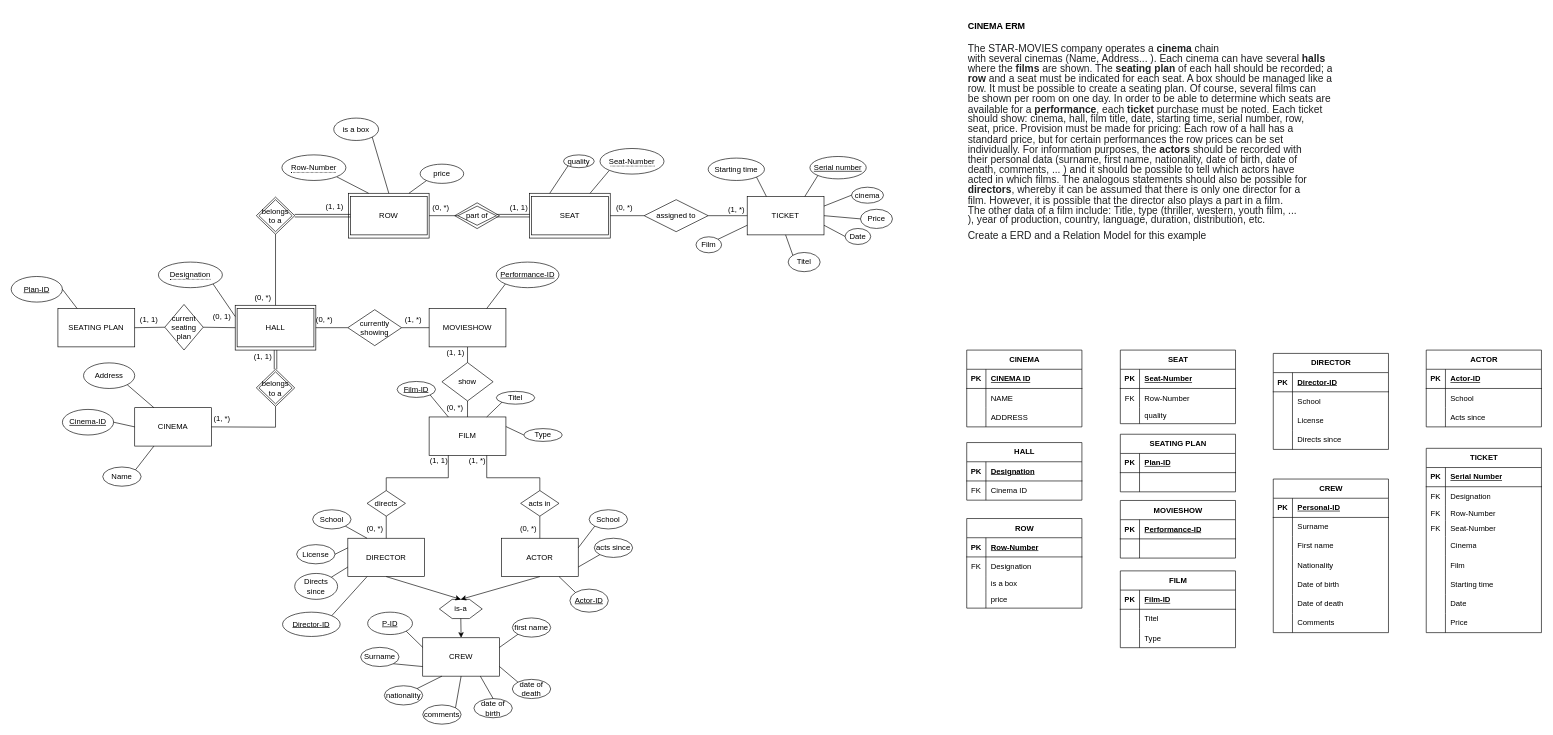
This is CINEMA.drawio from mars-veracruz/First-Repo, a draw.io file, before an edit. Source tidied: cells renumbered, new cells numbered last; positions are measured from the earlier drawing's top-left corner, leaving out a move shared by most shapes. Both pictures are drawn from the tidied source at 64%, with x=0, y=0 at pixel (11, 11).
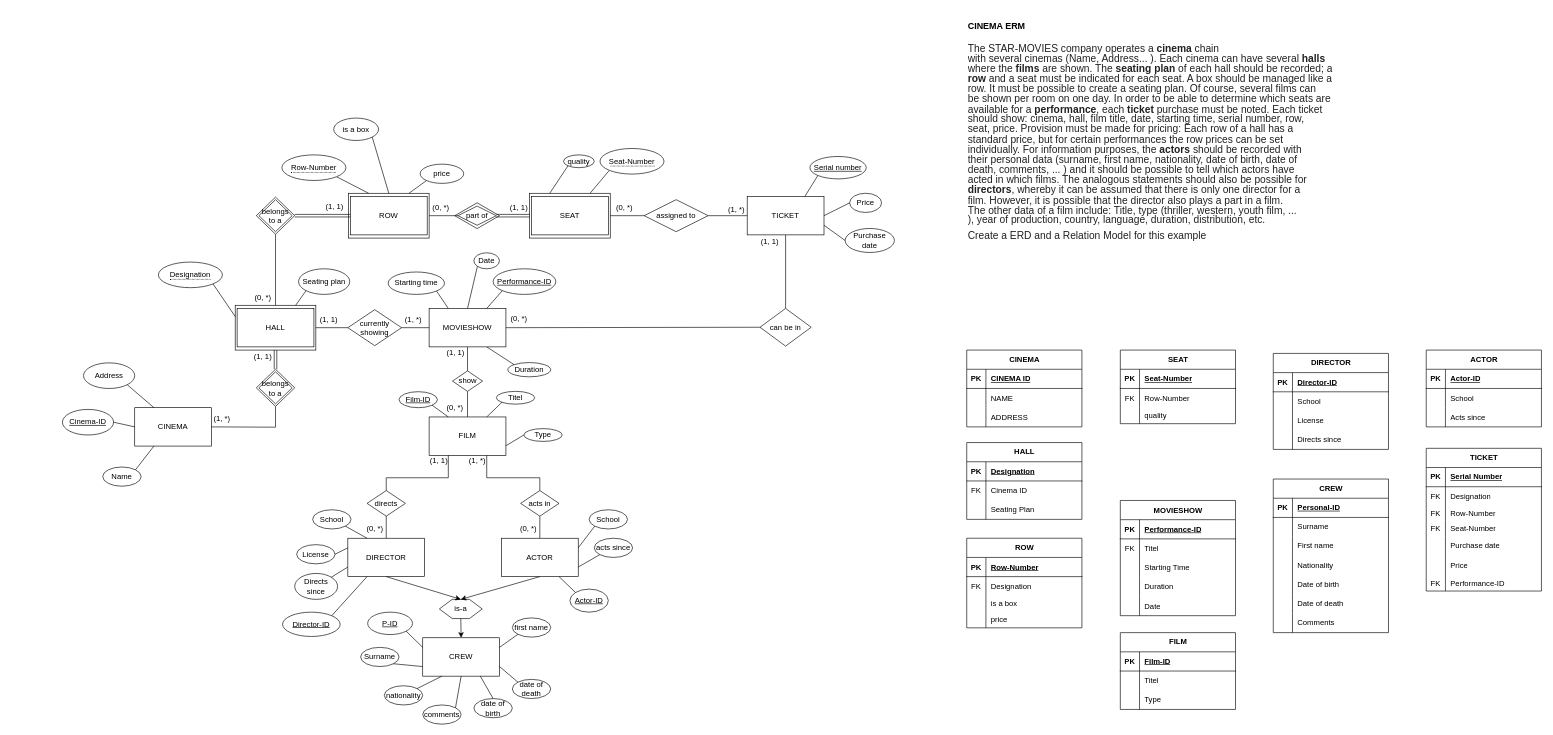
The same diagram, later.

Unchanged cells that the change refers to:
```xml
<mxCell id="5" style="rounded=0;whiteSpace=wrap;html=1;" parent="1" vertex="1">
  <mxGeometry x="350" y="459.5" width="126" height="70" as="geometry" />
</mxCell>
<mxCell id="15" value="TICKET" style="whiteSpace=wrap;html=1;" parent="1" vertex="1">
  <mxGeometry x="1150" y="289.5" width="120" height="60" as="geometry" />
</mxCell>
<mxCell id="16" value="FILM" style="whiteSpace=wrap;html=1;" parent="1" vertex="1">
  <mxGeometry x="653" y="634" width="120" height="60" as="geometry" />
</mxCell>
<mxCell id="104" value="MOVIESHOW" style="rounded=0;whiteSpace=wrap;html=1;" parent="1" vertex="1">
  <mxGeometry x="653" y="464.5" width="120" height="60" as="geometry" />
</mxCell>
<mxCell id="204" value="Type" style="ellipse;whiteSpace=wrap;html=1;" parent="1" vertex="1">
  <mxGeometry x="801" y="652.2" width="60" height="20" as="geometry" />
</mxCell>
<mxCell id="216" style="shape=tableRow;horizontal=0;startSize=0;swimlaneHead=0;swimlaneBody=0;fillColor=none;top=0;left=0;right=0;bottom=0;" parent="212" vertex="1">
  <mxGeometry y="60" width="180" height="30" as="geometry" />
</mxCell>
```

The edit, as a diff of the source:
```diff
@@
     <mxCell id="12" value="show" style="rhombus;whiteSpace=wrap;html=1;" parent="1" vertex="1">
-      <mxGeometry x="673" y="549" width="80" height="60" as="geometry" />
+      <mxGeometry x="689.5" y="562" width="47" height="32" as="geometry" />
     </mxCell>
@@
     <mxCell id="39" value="&lt;u&gt;Film-ID&lt;/u&gt;" style="ellipse;whiteSpace=wrap;html=1;" parent="1" vertex="1">
-      <mxGeometry x="603" y="578.5" width="60" height="25" as="geometry" />
+      <mxGeometry x="606" y="594.5" width="60" height="25" as="geometry" />
     </mxCell>
@@
-    <mxCell id="45" value="cinema" style="ellipse;whiteSpace=wrap;html=1;" parent="1" vertex="1">
-      <mxGeometry x="1313" y="275" width="50" height="25" as="geometry" />
-    </mxCell>
-    <mxCell id="46" style="endArrow=none;html=1;rounded=0;exitX=1;exitY=0.25;exitDx=0;exitDy=0;entryX=0;entryY=0.5;entryDx=0;entryDy=0;" parent="1" edge="1" source="15" target="45">
-      <mxGeometry relative="1" as="geometry" />
-    </mxCell>
-    <mxCell id="47" value="Date" style="ellipse;whiteSpace=wrap;html=1;" parent="1" vertex="1">
-      <mxGeometry x="1303" y="339.5" width="40" height="25" as="geometry" />
+    <mxCell id="47" value="Purchase date" style="ellipse;whiteSpace=wrap;html=1;" parent="1" vertex="1">
+      <mxGeometry x="1303" y="339.5" width="77" height="37.5" as="geometry" />
     </mxCell>
@@
-    <mxCell id="49" value="Film" style="ellipse;whiteSpace=wrap;html=1;" parent="1" vertex="1">
-      <mxGeometry x="1070" y="352.5" width="40" height="25" as="geometry" />
-    </mxCell>
-    <mxCell id="50" style="endArrow=none;html=1;rounded=0;entryX=0;entryY=0.75;entryDx=0;entryDy=0;exitX=1;exitY=0;exitDx=0;exitDy=0;" parent="1" edge="1" source="49" target="15">
-      <mxGeometry relative="1" as="geometry" />
-    </mxCell>
     <mxCell id="51" value="Price" style="ellipse;whiteSpace=wrap;html=1;" parent="1" vertex="1">
-      <mxGeometry x="1327" y="309.5" width="50" height="30" as="geometry" />
+      <mxGeometry x="1310" y="284.5" width="50" height="30" as="geometry" />
     </mxCell>
-    <mxCell id="52" value="Titel" style="ellipse;whiteSpace=wrap;html=1;" parent="1" vertex="1">
-      <mxGeometry x="1214" y="377" width="50" height="30" as="geometry" />
-    </mxCell>
     <mxCell id="53" value="Starting time" style="ellipse;whiteSpace=wrap;html=1;" parent="1" vertex="1">
-      <mxGeometry x="1089" y="229.5" width="88" height="35" as="geometry" />
+      <mxGeometry x="589" y="407.5" width="88" height="35" as="geometry" />
     </mxCell>
-    <mxCell id="54" style="endArrow=none;html=1;rounded=0;exitX=1;exitY=1;exitDx=0;exitDy=0;entryX=0.25;entryY=0;entryDx=0;entryDy=0;" parent="1" edge="1" source="53" target="15">
+    <mxCell id="54" style="endArrow=none;html=1;rounded=0;exitX=1;exitY=1;exitDx=0;exitDy=0;entryX=0.25;entryY=0;entryDx=0;entryDy=0;" parent="1" edge="1" source="53" target="104">
       <mxGeometry relative="1" as="geometry" />
     </mxCell>
@@
-    <mxCell id="56" style="endArrow=none;html=1;rounded=0;exitX=0;exitY=0;exitDx=0;exitDy=0;entryX=0.5;entryY=1;entryDx=0;entryDy=0;" parent="1" edge="1" source="52" target="15">
-      <mxGeometry relative="1" as="geometry" />
-    </mxCell>
@@
+    <mxCell id="274" style="edgeStyle=none;shape=connector;rounded=0;jettySize=auto;html=1;exitX=0.75;exitY=1;exitDx=0;exitDy=0;entryX=0;entryY=0;entryDx=0;entryDy=0;strokeColor=default;align=center;verticalAlign=middle;fontFamily=Helvetica;fontSize=11;fontColor=default;labelBackgroundColor=default;endArrow=none;" parent="1" edge="1" source="104" target="293">
+      <mxGeometry relative="1" as="geometry" />
+    </mxCell>
@@
-    <mxCell id="119" value="(0, *)" style="text;html=1;align=center;verticalAlign=middle;strokeColor=none;fillColor=none;" parent="1" vertex="1">
-      <mxGeometry x="464" y="467" width="50" height="30" as="geometry" />
+    <mxCell id="119" value="(1, 1)" style="text;html=1;align=center;verticalAlign=middle;strokeColor=none;fillColor=none;" parent="1" vertex="1">
+      <mxGeometry x="471" y="467" width="50" height="30" as="geometry" />
     </mxCell>
@@
-    <mxCell id="121" value="SEATING PLAN" style="rounded=0;whiteSpace=wrap;html=1;" parent="1" vertex="1">
-      <mxGeometry x="73" y="464.5" width="120" height="60" as="geometry" />
-    </mxCell>
-    <mxCell id="122" value="current seating plan" style="rhombus;whiteSpace=wrap;html=1;" parent="1" vertex="1">
-      <mxGeometry x="240" y="458.2" width="60" height="71.2" as="geometry" />
-    </mxCell>
-    <mxCell id="123" style="endArrow=none;html=1;rounded=0;exitX=1;exitY=0.5;exitDx=0;exitDy=0;entryX=0;entryY=0.5;entryDx=0;entryDy=0;" parent="1" edge="1" source="122" target="5">
-      <mxGeometry relative="1" as="geometry" />
-    </mxCell>
-    <mxCell id="124" style="endArrow=none;html=1;rounded=0;exitX=1;exitY=0.5;exitDx=0;exitDy=0;entryX=0;entryY=0.5;entryDx=0;entryDy=0;" parent="1" edge="1" source="121" target="122">
-      <mxGeometry relative="1" as="geometry" />
-    </mxCell>
-    <mxCell id="125" value="(1, 1)" style="text;html=1;align=center;verticalAlign=middle;strokeColor=none;fillColor=none;" parent="1" vertex="1">
-      <mxGeometry x="190" y="467" width="50" height="30" as="geometry" />
-    </mxCell>
-    <mxCell id="126" value="(0, 1)" style="text;html=1;align=center;verticalAlign=middle;strokeColor=none;fillColor=none;" parent="1" vertex="1">
-      <mxGeometry x="304" y="462" width="50" height="30" as="geometry" />
-    </mxCell>
-    <mxCell id="127" value="&lt;u&gt;Plan-ID&lt;/u&gt;" style="ellipse;whiteSpace=wrap;html=1;" parent="1" vertex="1">
-      <mxGeometry y="414.5" width="80" height="40" as="geometry" />
+    <mxCell id="127" value="Seating plan" style="ellipse;whiteSpace=wrap;html=1;" parent="1" vertex="1">
+      <mxGeometry x="449" y="402.5" width="80" height="40" as="geometry" />
     </mxCell>
-    <mxCell id="128" style="endArrow=none;html=1;rounded=0;exitX=1;exitY=0.5;exitDx=0;exitDy=0;entryX=0.25;entryY=0;entryDx=0;entryDy=0;" parent="1" edge="1" source="127" target="121">
+    <mxCell id="128" style="endArrow=none;html=1;rounded=0;exitX=0;exitY=1;exitDx=0;exitDy=0;entryX=0.75;entryY=0;entryDx=0;entryDy=0;" parent="1" edge="1" source="127" target="5">
       <mxGeometry relative="1" as="geometry" />
     </mxCell>
     <mxCell id="129" value="&lt;u&gt;Performance-ID&lt;/u&gt;" style="ellipse;whiteSpace=wrap;html=1;" parent="1" vertex="1">
-      <mxGeometry x="757.9" y="392" width="98" height="40" as="geometry" />
+      <mxGeometry x="753" y="402.5" width="98" height="40" as="geometry" />
     </mxCell>
@@
     <mxCell id="145" value="HALL" style="shape=table;startSize=30;childLayout=tableLayout;rowLines=0;fontStyle=1;align=center;html=1;" parent="1" vertex="1">
-      <mxGeometry x="1493" y="674" width="180" height="90" as="geometry" />
+      <mxGeometry x="1493" y="674" width="180" height="120" as="geometry" />
     </mxCell>
@@
+    <mxCell id="275" style="shape=tableRow;horizontal=0;startSize=0;swimlaneHead=0;swimlaneBody=0;fillColor=none;top=0;left=0;right=0;bottom=0;" parent="145" vertex="1">
+      <mxGeometry y="90" width="180" height="30" as="geometry" />
+    </mxCell>
+    <mxCell id="276" style="shape=partialRectangle;fillColor=none;top=0;left=0;bottom=0;right=0;overflow=hidden;whiteSpace=wrap;html=1;" parent="275" vertex="1">
+      <mxGeometry width="30" height="30" as="geometry" />
+    </mxCell>
+    <mxCell id="277" value="Seating Plan" style="shape=partialRectangle;fillColor=none;top=0;left=0;bottom=0;right=0;align=left;spacingLeft=6;overflow=hidden;whiteSpace=wrap;html=1;" parent="275" vertex="1">
+      <mxGeometry x="30" width="150" height="30" as="geometry" />
+    </mxCell>
     <mxCell id="152" value="ROW" style="shape=table;startSize=30;childLayout=tableLayout;rowLines=0;fontStyle=1;align=center;html=1;" parent="1" vertex="1">
-      <mxGeometry x="1493" y="792.7" width="180" height="140" as="geometry" />
+      <mxGeometry x="1493" y="823.5" width="180" height="140" as="geometry" />
     </mxCell>
@@
     <mxCell id="175" value="TICKET" style="shape=table;startSize=30;childLayout=tableLayout;rowLines=0;fontStyle=1;align=center;html=1;" parent="1" vertex="1">
-      <mxGeometry x="2211" y="683" width="180" height="288" as="geometry" />
+      <mxGeometry x="2211" y="683" width="180" height="223" as="geometry" />
     </mxCell>
@@
-    <mxCell id="188" style="shape=tableRow;horizontal=0;startSize=0;swimlaneHead=0;swimlaneBody=0;fillColor=none;top=0;left=0;right=0;bottom=0;" parent="175" vertex="1">
-      <mxGeometry y="138" width="180" height="30" as="geometry" />
-    </mxCell>
-    <mxCell id="189" style="shape=partialRectangle;fillColor=none;top=0;left=0;bottom=0;right=0;overflow=hidden;whiteSpace=wrap;html=1;" parent="188" vertex="1">
-      <mxGeometry width="30" height="30" as="geometry" />
-    </mxCell>
-    <mxCell id="190" value="Cinema" style="shape=partialRectangle;fillColor=none;top=0;left=0;bottom=0;right=0;align=left;spacingLeft=6;overflow=hidden;whiteSpace=wrap;html=1;" parent="188" vertex="1">
-      <mxGeometry x="30" width="150" height="30" as="geometry" />
-    </mxCell>
-    <mxCell id="191" style="shape=tableRow;horizontal=0;startSize=0;swimlaneHead=0;swimlaneBody=0;fillColor=none;top=0;left=0;right=0;bottom=0;" parent="175" vertex="1">
-      <mxGeometry y="168" width="180" height="30" as="geometry" />
-    </mxCell>
-    <mxCell id="192" style="shape=partialRectangle;fillColor=none;top=0;left=0;bottom=0;right=0;overflow=hidden;whiteSpace=wrap;html=1;" parent="191" vertex="1">
-      <mxGeometry width="30" height="30" as="geometry" />
-    </mxCell>
-    <mxCell id="193" value="Film" style="shape=partialRectangle;fillColor=none;top=0;left=0;bottom=0;right=0;align=left;spacingLeft=6;overflow=hidden;whiteSpace=wrap;html=1;" parent="191" vertex="1">
-      <mxGeometry x="30" width="150" height="30" as="geometry" />
-    </mxCell>
-    <mxCell id="194" style="shape=tableRow;horizontal=0;startSize=0;swimlaneHead=0;swimlaneBody=0;fillColor=none;top=0;left=0;right=0;bottom=0;" parent="175" vertex="1">
-      <mxGeometry y="198" width="180" height="30" as="geometry" />
-    </mxCell>
-    <mxCell id="195" style="shape=partialRectangle;fillColor=none;top=0;left=0;bottom=0;right=0;overflow=hidden;whiteSpace=wrap;html=1;" parent="194" vertex="1">
-      <mxGeometry width="30" height="30" as="geometry" />
-    </mxCell>
-    <mxCell id="196" value="Starting time" style="shape=partialRectangle;fillColor=none;top=0;left=0;bottom=0;right=0;align=left;spacingLeft=6;overflow=hidden;whiteSpace=wrap;html=1;" parent="194" vertex="1">
-      <mxGeometry x="30" width="150" height="30" as="geometry" />
-    </mxCell>
     <mxCell id="197" style="shape=tableRow;horizontal=0;startSize=0;swimlaneHead=0;swimlaneBody=0;fillColor=none;top=0;left=0;right=0;bottom=0;" parent="175" vertex="1">
-      <mxGeometry y="228" width="180" height="30" as="geometry" />
+      <mxGeometry y="138" width="180" height="30" as="geometry" />
     </mxCell>
@@
-    <mxCell id="199" value="Date" style="shape=partialRectangle;fillColor=none;top=0;left=0;bottom=0;right=0;align=left;spacingLeft=6;overflow=hidden;whiteSpace=wrap;html=1;" parent="197" vertex="1">
+    <mxCell id="199" value="Purchase date" style="shape=partialRectangle;fillColor=none;top=0;left=0;bottom=0;right=0;align=left;spacingLeft=6;overflow=hidden;whiteSpace=wrap;html=1;" parent="197" vertex="1">
       <mxGeometry x="30" width="150" height="30" as="geometry" />
     </mxCell>
     <mxCell id="200" style="shape=tableRow;horizontal=0;startSize=0;swimlaneHead=0;swimlaneBody=0;fillColor=none;top=0;left=0;right=0;bottom=0;" parent="175" vertex="1">
-      <mxGeometry y="258" width="180" height="30" as="geometry" />
+      <mxGeometry y="168" width="180" height="30" as="geometry" />
     </mxCell>
@@
+    <mxCell id="278" style="shape=tableRow;horizontal=0;startSize=0;swimlaneHead=0;swimlaneBody=0;fillColor=none;top=0;left=0;right=0;bottom=0;" parent="175" vertex="1">
+      <mxGeometry y="198" width="180" height="25" as="geometry" />
+    </mxCell>
+    <mxCell id="279" value="FK" style="shape=partialRectangle;fillColor=none;top=0;left=0;bottom=0;right=0;overflow=hidden;whiteSpace=wrap;html=1;" parent="278" vertex="1">
+      <mxGeometry width="30" height="25" as="geometry" />
+    </mxCell>
+    <mxCell id="280" value="Performance-ID" style="shape=partialRectangle;fillColor=none;top=0;left=0;bottom=0;right=0;align=left;spacingLeft=6;overflow=hidden;whiteSpace=wrap;html=1;" parent="278" vertex="1">
+      <mxGeometry x="30" width="150" height="25" as="geometry" />
+    </mxCell>
-    <mxCell id="203" style="edgeStyle=none;shape=connector;rounded=0;jettySize=auto;html=1;exitX=0;exitY=0.5;exitDx=0;exitDy=0;entryX=1;entryY=0.25;entryDx=0;entryDy=0;strokeColor=default;align=center;verticalAlign=middle;fontFamily=Helvetica;fontSize=11;fontColor=default;labelBackgroundColor=default;endArrow=none;" parent="1" edge="1" source="204" target="16">
+    <mxCell id="203" style="edgeStyle=none;shape=connector;rounded=0;jettySize=auto;html=1;exitX=0;exitY=0.5;exitDx=0;exitDy=0;entryX=1;entryY=0.75;entryDx=0;entryDy=0;strokeColor=default;align=center;verticalAlign=middle;fontFamily=Helvetica;fontSize=11;fontColor=default;labelBackgroundColor=default;endArrow=none;" parent="1" edge="1" source="204" target="16">
       <mxGeometry relative="1" as="geometry" />
     </mxCell>
@@
-    <mxCell id="205" value="SEATING PLAN" style="shape=table;startSize=30;childLayout=tableLayout;rowLines=0;fontStyle=1;align=center;html=1;" parent="1" vertex="1">
-      <mxGeometry x="1733" y="661" width="180" height="90" as="geometry" />
-    </mxCell>
-    <mxCell id="206" style="shape=tableRow;horizontal=0;startSize=0;swimlaneHead=0;swimlaneBody=0;fillColor=none;top=0;left=0;right=0;bottom=1;" parent="205" vertex="1">
-      <mxGeometry y="30" width="180" height="30" as="geometry" />
-    </mxCell>
-    <mxCell id="207" value="PK" style="shape=partialRectangle;fillColor=none;top=0;left=0;bottom=0;right=0;fontStyle=1;overflow=hidden;whiteSpace=wrap;html=1;" parent="206" vertex="1">
-      <mxGeometry width="30" height="30" as="geometry" />
-    </mxCell>
-    <mxCell id="208" value="Plan-ID" style="shape=partialRectangle;fillColor=none;top=0;left=0;bottom=0;right=0;align=left;spacingLeft=6;fontStyle=5;overflow=hidden;whiteSpace=wrap;html=1;" parent="206" vertex="1">
-      <mxGeometry x="30" width="150" height="30" as="geometry" />
-    </mxCell>
-    <mxCell id="209" style="shape=tableRow;horizontal=0;startSize=0;swimlaneHead=0;swimlaneBody=0;fillColor=none;top=0;left=0;right=0;bottom=0;" parent="205" vertex="1">
-      <mxGeometry y="60" width="180" height="30" as="geometry" />
-    </mxCell>
-    <mxCell id="210" style="shape=partialRectangle;fillColor=none;top=0;left=0;bottom=0;right=0;overflow=hidden;whiteSpace=wrap;html=1;" parent="209" vertex="1">
-      <mxGeometry width="30" height="30" as="geometry" />
-    </mxCell>
-    <mxCell id="211" style="shape=partialRectangle;fillColor=none;top=0;left=0;bottom=0;right=0;align=left;spacingLeft=6;overflow=hidden;whiteSpace=wrap;html=1;" parent="209" vertex="1">
-      <mxGeometry x="30" width="150" height="30" as="geometry" />
-    </mxCell>
     <mxCell id="212" value="MOVIESHOW" style="shape=table;startSize=30;childLayout=tableLayout;rowLines=0;fontStyle=1;align=center;html=1;" parent="1" vertex="1">
-      <mxGeometry x="1733" y="764.5" width="180" height="90" as="geometry" />
+      <mxGeometry x="1733" y="764.5" width="180" height="180" as="geometry" />
     </mxCell>
@@
-    <mxCell id="217" style="shape=partialRectangle;fillColor=none;top=0;left=0;bottom=0;right=0;overflow=hidden;whiteSpace=wrap;html=1;" parent="216" vertex="1">
+    <mxCell id="217" value="FK" style="shape=partialRectangle;fillColor=none;top=0;left=0;bottom=0;right=0;overflow=hidden;whiteSpace=wrap;html=1;" parent="216" vertex="1">
       <mxGeometry width="30" height="30" as="geometry" />
     </mxCell>
-    <mxCell id="218" style="shape=partialRectangle;fillColor=none;top=0;left=0;bottom=0;right=0;align=left;spacingLeft=6;overflow=hidden;whiteSpace=wrap;html=1;" parent="216" vertex="1">
+    <mxCell id="218" value="Titel" style="shape=partialRectangle;fillColor=none;top=0;left=0;bottom=0;right=0;align=left;spacingLeft=6;overflow=hidden;whiteSpace=wrap;html=1;" parent="216" vertex="1">
       <mxGeometry x="30" width="150" height="30" as="geometry" />
     </mxCell>
+    <mxCell id="281" style="shape=tableRow;horizontal=0;startSize=0;swimlaneHead=0;swimlaneBody=0;fillColor=none;top=0;left=0;right=0;bottom=0;" parent="212" vertex="1">
+      <mxGeometry y="90" width="180" height="30" as="geometry" />
+    </mxCell>
+    <mxCell id="282" style="shape=partialRectangle;fillColor=none;top=0;left=0;bottom=0;right=0;overflow=hidden;whiteSpace=wrap;html=1;" parent="281" vertex="1">
+      <mxGeometry width="30" height="30" as="geometry" />
+    </mxCell>
+    <mxCell id="283" value="Starting Time" style="shape=partialRectangle;fillColor=none;top=0;left=0;bottom=0;right=0;align=left;spacingLeft=6;overflow=hidden;whiteSpace=wrap;html=1;" parent="281" vertex="1">
+      <mxGeometry x="30" width="150" height="30" as="geometry" />
+    </mxCell>
+    <mxCell id="284" style="shape=tableRow;horizontal=0;startSize=0;swimlaneHead=0;swimlaneBody=0;fillColor=none;top=0;left=0;right=0;bottom=0;" parent="212" vertex="1">
+      <mxGeometry y="120" width="180" height="30" as="geometry" />
+    </mxCell>
+    <mxCell id="285" style="shape=partialRectangle;fillColor=none;top=0;left=0;bottom=0;right=0;overflow=hidden;whiteSpace=wrap;html=1;" parent="284" vertex="1">
+      <mxGeometry width="30" height="30" as="geometry" />
+    </mxCell>
+    <mxCell id="286" value="Duration" style="shape=partialRectangle;fillColor=none;top=0;left=0;bottom=0;right=0;align=left;spacingLeft=6;overflow=hidden;whiteSpace=wrap;html=1;" parent="284" vertex="1">
+      <mxGeometry x="30" width="150" height="30" as="geometry" />
+    </mxCell>
+    <mxCell id="287" style="shape=tableRow;horizontal=0;startSize=0;swimlaneHead=0;swimlaneBody=0;fillColor=none;top=0;left=0;right=0;bottom=0;" parent="212" vertex="1">
+      <mxGeometry y="150" width="180" height="30" as="geometry" />
+    </mxCell>
+    <mxCell id="288" style="shape=partialRectangle;fillColor=none;top=0;left=0;bottom=0;right=0;overflow=hidden;whiteSpace=wrap;html=1;" parent="287" vertex="1">
+      <mxGeometry width="30" height="30" as="geometry" />
+    </mxCell>
+    <mxCell id="289" value="Date" style="shape=partialRectangle;fillColor=none;top=0;left=0;bottom=0;right=0;align=left;spacingLeft=6;overflow=hidden;whiteSpace=wrap;html=1;" parent="287" vertex="1">
+      <mxGeometry x="30" width="150" height="30" as="geometry" />
+    </mxCell>
     <mxCell id="219" value="FILM" style="shape=table;startSize=30;childLayout=tableLayout;rowLines=0;fontStyle=1;align=center;html=1;" parent="1" vertex="1">
-      <mxGeometry x="1733" y="874.5" width="180" height="120" as="geometry" />
+      <mxGeometry x="1733" y="971" width="180" height="120" as="geometry" />
     </mxCell>
@@
+    <mxCell id="290" style="edgeStyle=none;shape=connector;rounded=0;jettySize=auto;html=1;exitX=0.5;exitY=0;exitDx=0;exitDy=0;entryX=0.5;entryY=1;entryDx=0;entryDy=0;strokeColor=default;align=center;verticalAlign=middle;fontFamily=Helvetica;fontSize=11;fontColor=default;labelBackgroundColor=default;endArrow=none;" parent="1" edge="1" source="291" target="15">
+      <mxGeometry relative="1" as="geometry" />
+    </mxCell>
+    <mxCell id="291" value="can be in" style="rhombus;whiteSpace=wrap;html=1;" parent="1" vertex="1">
+      <mxGeometry x="1170" y="464.4" width="80" height="58.9" as="geometry" />
+    </mxCell>
+    <mxCell id="292" style="endArrow=none;html=1;rounded=0;exitX=1;exitY=0.5;exitDx=0;exitDy=0;entryX=0;entryY=0.5;entryDx=0;entryDy=0;" parent="1" edge="1" source="104" target="291">
+      <mxGeometry relative="1" as="geometry" />
+    </mxCell>
+    <mxCell id="293" value="Duration" style="ellipse;whiteSpace=wrap;html=1;" parent="1" vertex="1">
+      <mxGeometry x="776" y="549" width="67" height="22.3" as="geometry" />
+    </mxCell>
+    <mxCell id="294" value="Date" style="ellipse;whiteSpace=wrap;html=1;" parent="1" vertex="1">
+      <mxGeometry x="722.9" y="377.5" width="40" height="25" as="geometry" />
+    </mxCell>
+    <mxCell id="295" style="endArrow=none;html=1;rounded=0;exitX=0.5;exitY=0;exitDx=0;exitDy=0;entryX=0;entryY=1;entryDx=0;entryDy=0;" parent="1" edge="1" source="104" target="294">
+      <mxGeometry relative="1" as="geometry" />
+    </mxCell>
+    <mxCell id="296" value="(0, *)" style="text;html=1;align=center;verticalAlign=middle;strokeColor=none;fillColor=none;" parent="1" vertex="1">
+      <mxGeometry x="768" y="466.4" width="50" height="30" as="geometry" />
+    </mxCell>
+    <mxCell id="125" value="(1, 1)" style="text;html=1;align=center;verticalAlign=middle;strokeColor=none;fillColor=none;" parent="1" vertex="1">
+      <mxGeometry x="1160" y="344.5" width="50" height="30" as="geometry" />
+    </mxCell>
```
